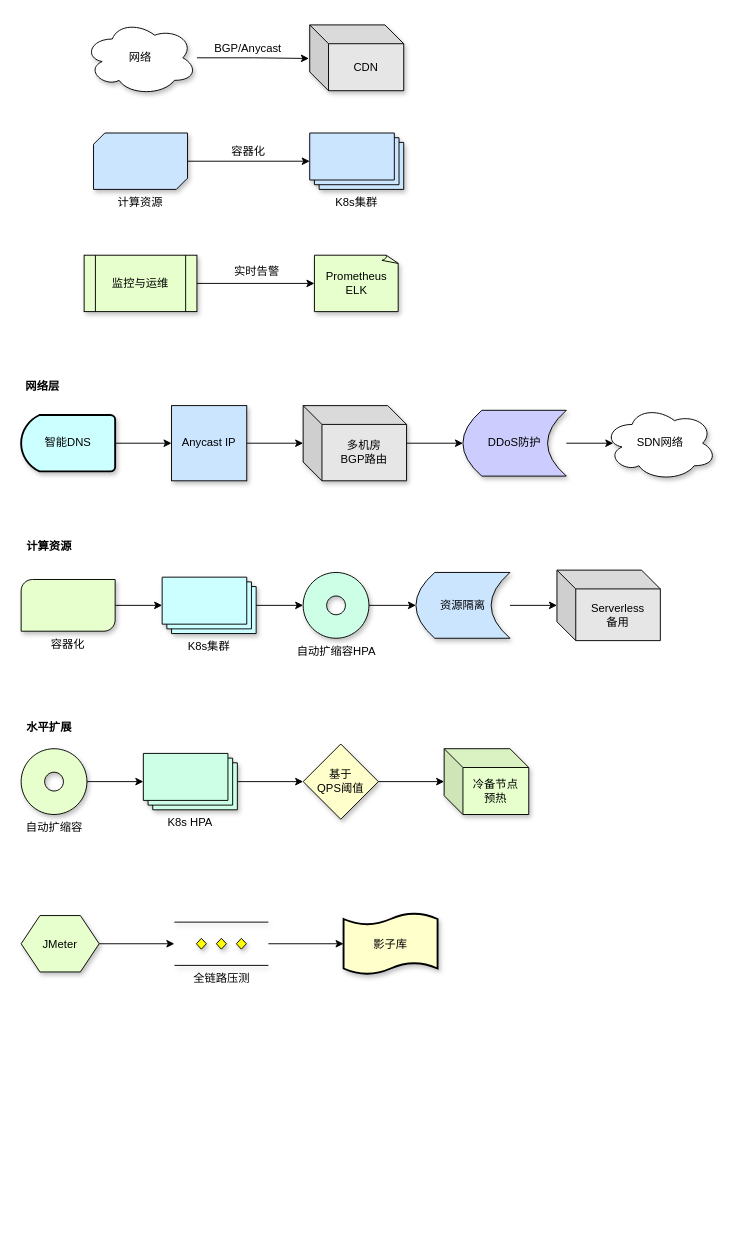
abigalexy/online_drawing keeps this draw.io diagram as achitecture_diagram/架构分层-基础设施层.drawio. Above is the earlier version. Source tidied: cells renumbered, new cells numbered last; positions are measured from the earlier drawing's top-left corner, leaving out a move shared by most shapes. Both pictures are drawn from the tidied source at 94%, with x=0, y=0 at pixel (21, 20).
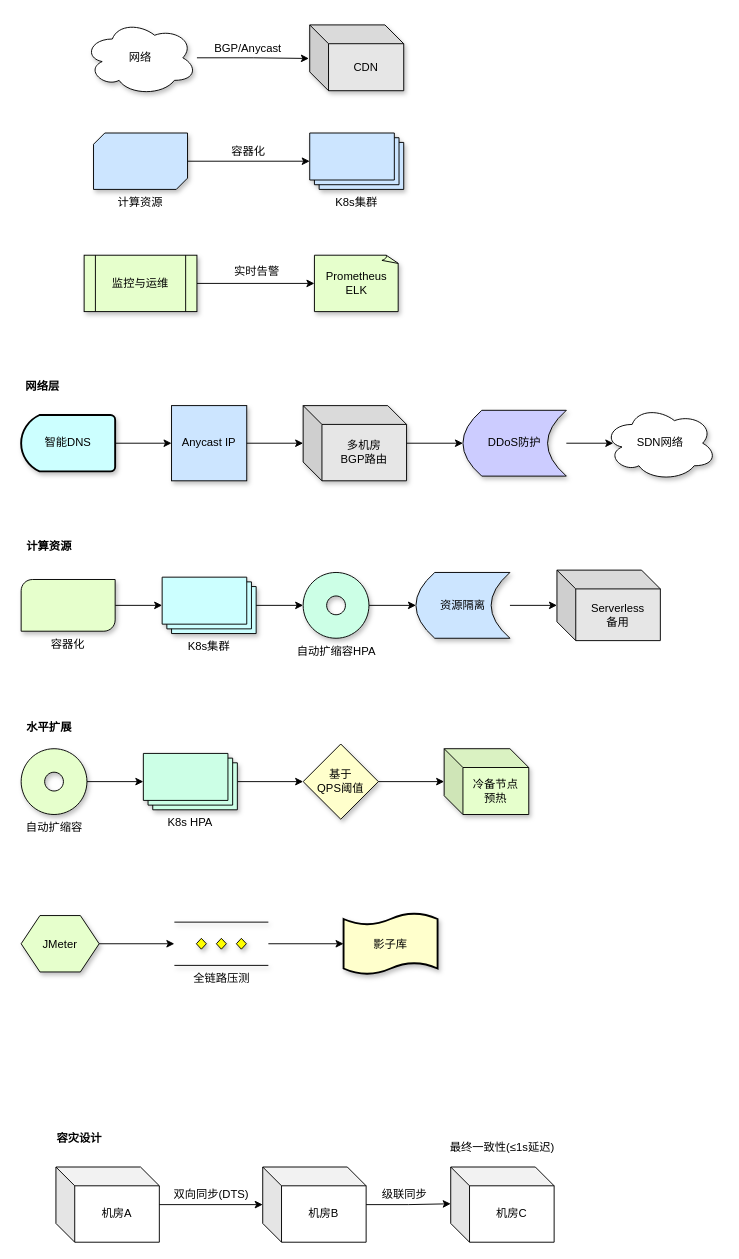
The same page after the edit.

Commit message:
更新架构分层-基础设施层.drawio

Change to the diagram source:
```diff
@@
+    <mxCell id="53" style="group;" parent="1" vertex="1">
+      <mxGeometry x="37" y="1180" width="535" height="120" as="geometry" />
+    </mxCell>
+    <mxCell id="54" value="机房A" style="shape=cube;whiteSpace=wrap;html=1;boundedLbl=1;backgroundOutline=1;darkOpacity=0.05;darkOpacity2=0.1;" parent="53" vertex="1">
+      <mxGeometry y="40" width="110" height="80" as="geometry" />
+    </mxCell>
+    <mxCell id="55" value="机房B" style="shape=cube;whiteSpace=wrap;html=1;boundedLbl=1;backgroundOutline=1;darkOpacity=0.05;darkOpacity2=0.1;" parent="53" vertex="1">
+      <mxGeometry x="220" y="40" width="110" height="80" as="geometry" />
+    </mxCell>
+    <mxCell id="56" value="机房C" style="shape=cube;whiteSpace=wrap;html=1;boundedLbl=1;backgroundOutline=1;darkOpacity=0.05;darkOpacity2=0.1;" parent="53" vertex="1">
+      <mxGeometry x="420" y="40" width="110" height="80" as="geometry" />
+    </mxCell>
+    <mxCell id="57" style="edgeStyle=orthogonalEdgeStyle;rounded=0;jettySize=auto;html=1;entryX=0;entryY=0.5;entryDx=0;entryDy=0;entryPerimeter=0;" parent="53" edge="1" source="54" target="55">
+      <mxGeometry relative="1" as="geometry" />
+    </mxCell>
+    <mxCell id="58" value="双向同步(DTS)" style="text;strokeColor=none;align=center;fillColor=none;html=1;verticalAlign=middle;whiteSpace=wrap;rounded=0;" parent="53" vertex="1">
+      <mxGeometry x="120" y="60" width="90.5" height="20" as="geometry" />
+    </mxCell>
+    <mxCell id="59" style="edgeStyle=orthogonalEdgeStyle;rounded=0;jettySize=auto;html=1;entryX=0;entryY=0.489;entryDx=0;entryDy=0;entryPerimeter=0;" parent="53" edge="1" source="55" target="56">
+      <mxGeometry relative="1" as="geometry" />
+    </mxCell>
+    <mxCell id="60" value="级联同步" style="text;strokeColor=none;align=center;fillColor=none;html=1;verticalAlign=middle;whiteSpace=wrap;rounded=0;" parent="53" vertex="1">
+      <mxGeometry x="346" y="60" width="50" height="20" as="geometry" />
+    </mxCell>
+    <mxCell id="61" value="最终一致性(≤1s延迟)" style="text;strokeColor=none;align=center;fillColor=none;html=1;verticalAlign=middle;whiteSpace=wrap;rounded=0;" parent="53" vertex="1">
+      <mxGeometry x="415" y="10" width="120" height="20" as="geometry" />
+    </mxCell>
+    <mxCell id="62" value="&lt;b&gt;容灾设计&lt;/b&gt;" style="text;strokeColor=none;align=center;fillColor=none;html=1;verticalAlign=middle;whiteSpace=wrap;rounded=0;" parent="53" vertex="1">
+      <mxGeometry width="50" height="20" as="geometry" />
+    </mxCell>
```
